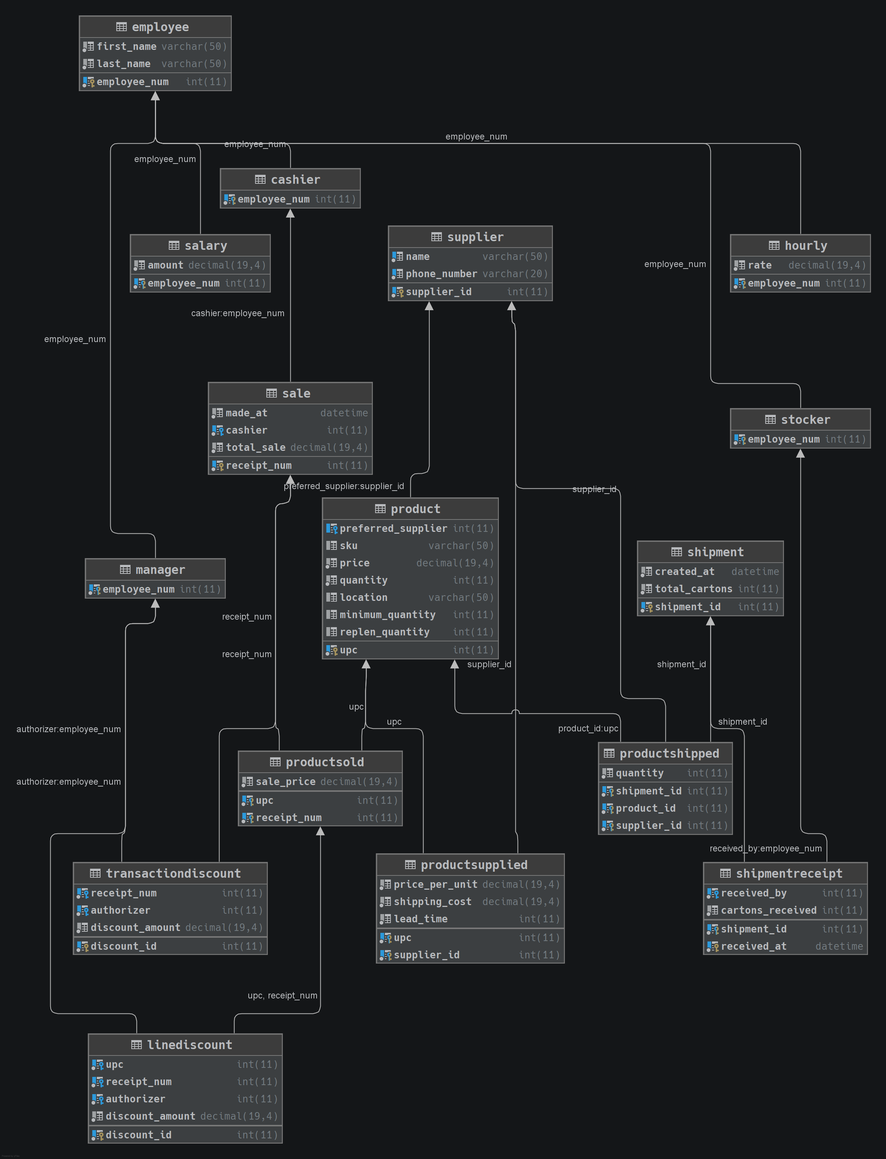
Before: database_er.png, a diagram exported from PlantUML (elzimm-software/COP-3710_SCLID). Its source is kept beside it as workbook/database_er.puml.
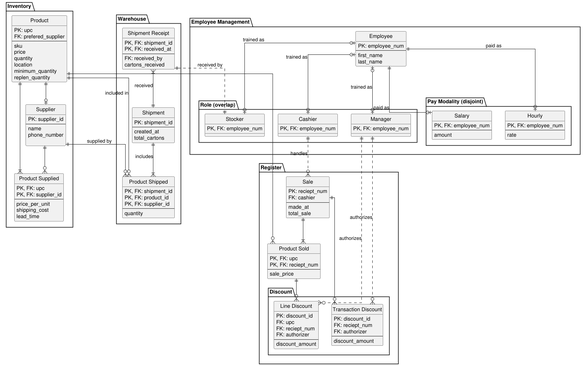
The same diagram one commit later.

Commit message:
Update ERD diagram Relegate temp diagram to type info only

Change to the diagram source:
```diff
@@ -14,6 +14,7 @@
         quantity
         location
         minimum_quantity
+        replen_quantity
     }
 
     entity "Product Supplied" as prod_supp {
@@ -28,6 +29,7 @@
     entity "Supplier" as supp {
         PK: supplier_id
         --
+        name
         phone_number
 
     }
@@ -40,25 +42,26 @@
 package "Register" as reg {
     entity "Sale" as sale {
         PK: reciept_num
+        FK: cashier
         --
-        date
-        time
-        cashier
+        made_at
         total_sale
     }
 
     package "Discount" as disc {
 
         entity "Transaction Discount" as trans_disc {
-            PK, FK: reciept_num
+            PK: discount_id
+            FK: reciept_num
             FK: authorizer
             --
             discount_amount
         }
 
         entity "Line Discount" as line_disc {
-            PK, FK: upc
-            PK, FK: reciept_num
+            PK: discount_id
+            FK: upc
+            FK: reciept_num
             FK: authorizer
             --
             discount_amount
@@ -116,12 +119,16 @@
     entity "Shipment" as ship {
         PK: shipment_id
         --
-        date_created
-        time_created
-        date_arrived
-        time_arrived
+        created_at
         total_cartons
+    }
+
+    entity "Shipment Receipt" as ship_rep {
+        PK, FK: shipment_id
+        PK, FK: received_at
+        --
         FK: received_by
+        cartons_received
     }
 
     entity "Product Shipped" as prod_ship {
@@ -136,8 +143,9 @@
 ship||--|{prod_ship : includes
 prod||--o{prod_ship : included in
 supp||--o{prod_ship : supplied by
+ship_rep}|--||ship : received
+ship_rep||..||stk : received by
 
-ship}|..||stk
 emp|o--o|cash : trained as
 emp|o--o|manager : trained as
 emp|o--o|stk : trained as
```
